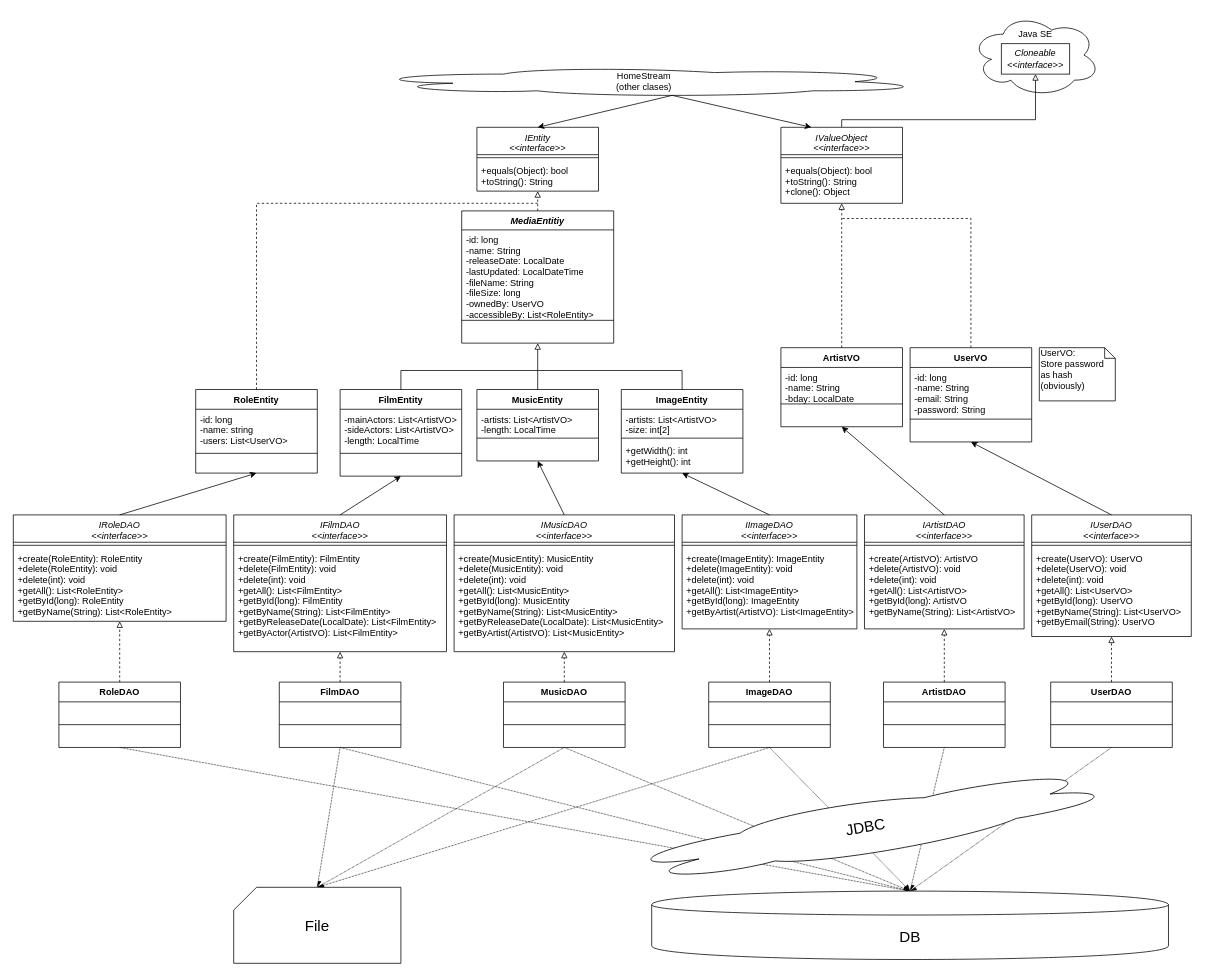
The draw.io diagram tdoc/db/uml_layered_db.drawio in crashkid3000/HomeStream, before the edit. Source tidied: cells renumbered, new cells numbered last; positions are measured from the earlier drawing's top-left corner, leaving out a move shared by most shapes. Both pictures are drawn from the tidied source at 76%, with x=0, y=0 at pixel (13, 13).
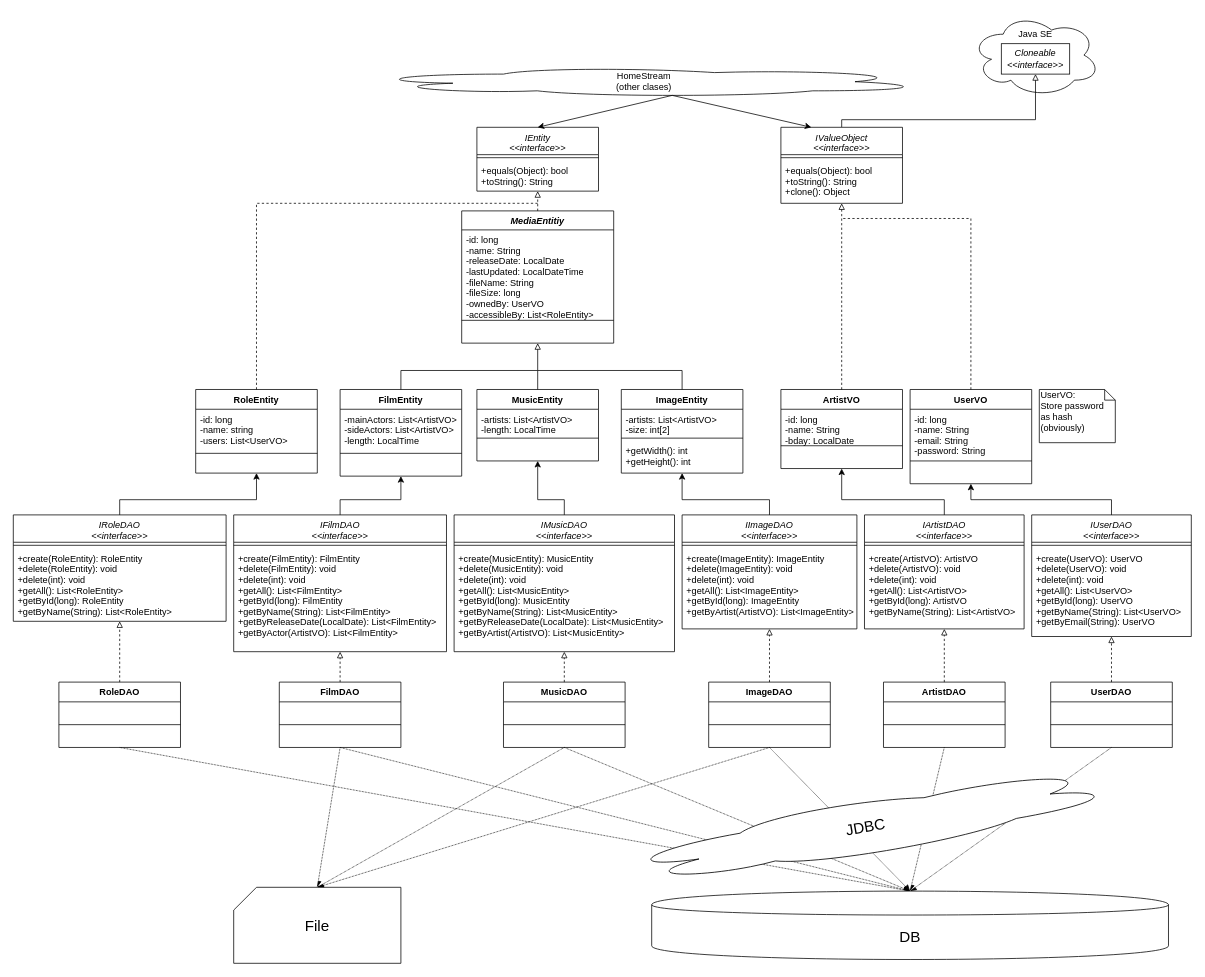
Above is the later version.

Commit message (it also covers changes not shown here):
Added chaotic EER; updatd UML

The change refers to these unchanged cells:
```xml
<mxCell id="16" value="FilmEntity" style="swimlane;fontStyle=1;align=center;verticalAlign=top;horizontal=1;startSize=26;rounded=0;shadow=0;glass=0;comic=0;gradientColor=none;" parent="1" vertex="1">
  <mxGeometry x="430" y="495" width="160" height="114" as="geometry" />
</mxCell>
<mxCell id="27" value="MusicEntity" style="swimlane;fontStyle=1;align=center;verticalAlign=top;horizontal=1;startSize=26;rounded=0;shadow=0;glass=0;comic=0;gradientColor=none;" parent="1" vertex="1">
  <mxGeometry x="610" y="495" width="160" height="94" as="geometry" />
</mxCell>
<mxCell id="31" value="ImageEntity" style="swimlane;fontStyle=1;align=center;verticalAlign=top;horizontal=1;startSize=26;rounded=0;shadow=0;glass=0;comic=0;gradientColor=none;" parent="1" vertex="1">
  <mxGeometry x="800" y="495" width="160" height="110" as="geometry" />
</mxCell>
<mxCell id="38" value="IFilmDAO&#10;&lt;&lt;interface&gt;&gt;&#10;" style="swimlane;fontStyle=2;align=center;verticalAlign=top;horizontal=1;startSize=36;rounded=0;shadow=0;glass=0;comic=0;gradientColor=none;" parent="1" vertex="1">
  <mxGeometry x="290" y="660" width="280" height="180" as="geometry" />
</mxCell>
<mxCell id="41" value="IImageDAO&#10;&lt;&lt;interface&gt;&gt;&#10;" style="swimlane;fontStyle=2;align=center;verticalAlign=top;horizontal=1;startSize=36;rounded=0;shadow=0;glass=0;comic=0;gradientColor=none;" parent="1" vertex="1">
  <mxGeometry x="880" y="660" width="230" height="150" as="geometry" />
</mxCell>
<mxCell id="44" value="IMusicDAO&#10;&lt;&lt;interface&gt;&gt;&#10;" style="swimlane;fontStyle=2;align=center;verticalAlign=top;horizontal=1;startSize=36;rounded=0;shadow=0;glass=0;comic=0;gradientColor=none;" parent="1" vertex="1">
  <mxGeometry x="580" y="660" width="290" height="180" as="geometry" />
</mxCell>
<mxCell id="47" value="IArtistDAO&#10;&lt;&lt;interface&gt;&gt;&#10;" style="swimlane;fontStyle=2;align=center;verticalAlign=top;horizontal=1;startSize=36;rounded=0;shadow=0;glass=0;comic=0;gradientColor=none;" parent="1" vertex="1">
  <mxGeometry x="1120" y="660" width="210" height="150" as="geometry" />
</mxCell>
<mxCell id="55" value="IUserDAO&#10;&lt;&lt;interface&gt;&gt;&#10;" style="swimlane;fontStyle=2;align=center;verticalAlign=top;horizontal=1;startSize=36;rounded=0;shadow=0;glass=0;comic=0;gradientColor=none;" parent="1" vertex="1">
  <mxGeometry x="1340" y="660" width="210" height="160" as="geometry" />
</mxCell>
<mxCell id="58" value="RoleEntity" style="swimlane;fontStyle=1;align=center;verticalAlign=top;horizontal=1;startSize=26;rounded=0;shadow=0;glass=0;comic=0;gradientColor=none;" parent="1" vertex="1">
  <mxGeometry x="240" y="495" width="160" height="110" as="geometry" />
</mxCell>
<mxCell id="64" value="IRoleDAO&#10;&lt;&lt;interface&gt;&gt;&#10;" style="swimlane;fontStyle=2;align=center;verticalAlign=top;horizontal=1;startSize=36;rounded=0;shadow=0;glass=0;comic=0;gradientColor=none;" parent="1" vertex="1">
  <mxGeometry y="660" width="280" height="140" as="geometry" />
</mxCell>
```

Diff of the diagram source:
```diff
@@
     <mxCell id="20" value="ArtistVO" style="swimlane;fontStyle=1;align=center;verticalAlign=top;horizontal=1;startSize=26;rounded=0;shadow=0;glass=0;comic=0;gradientColor=none;" parent="1" vertex="1">
-      <mxGeometry x="1010" y="440" width="160" height="104" as="geometry" />
+      <mxGeometry x="1010" y="495" width="160" height="104" as="geometry" />
     </mxCell>
@@
     <mxCell id="50" value="UserVO" style="swimlane;fontStyle=1;align=center;verticalAlign=top;horizontal=1;startSize=26;rounded=0;shadow=0;glass=0;comic=0;gradientColor=none;" parent="1" vertex="1">
-      <mxGeometry x="1180" y="440" width="160" height="124" as="geometry" />
+      <mxGeometry x="1180" y="495" width="160" height="124" as="geometry" />
     </mxCell>
@@
     <mxCell id="54" value="&lt;div&gt;UserVO:&lt;/div&gt;&lt;div&gt;Store password as hash (obviously)&lt;br&gt;&lt;/div&gt;" style="shape=note;whiteSpace=wrap;html=1;size=14;verticalAlign=top;align=left;spacingTop=-6;" parent="1" vertex="1">
-      <mxGeometry x="1350" y="440" width="100" height="70" as="geometry" />
+      <mxGeometry x="1350" y="495" width="100" height="70" as="geometry" />
     </mxCell>
@@
-    <mxCell id="67" style="endArrow=classic;html=1;entryX=0.5;entryY=1;entryDx=0;entryDy=0;exitX=0.5;exitY=0;exitDx=0;exitDy=0;" parent="1" edge="1" source="64" target="58">
-      <mxGeometry relative="1" as="geometry" />
+    <mxCell id="67" style="endArrow=classic;html=1;entryX=0.5;entryY=1;entryDx=0;entryDy=0;exitX=0.5;exitY=0;exitDx=0;exitDy=0;rounded=0;" parent="1" edge="1" source="64" target="58">
+      <mxGeometry relative="1" as="geometry">
+        <Array as="points">
+          <mxPoint x="140" y="640" />
+          <mxPoint x="320" y="640" />
+        </Array>
+      </mxGeometry>
     </mxCell>
-    <mxCell id="68" style="endArrow=classic;html=1;entryX=0.5;entryY=1;entryDx=0;entryDy=0;exitX=0.5;exitY=0;exitDx=0;exitDy=0;" parent="1" edge="1" source="38" target="16">
-      <mxGeometry relative="1" as="geometry" />
+    <mxCell id="68" style="endArrow=classic;html=1;entryX=0.5;entryY=1;entryDx=0;entryDy=0;exitX=0.5;exitY=0;exitDx=0;exitDy=0;rounded=0;" parent="1" edge="1" source="38" target="16">
+      <mxGeometry relative="1" as="geometry">
+        <Array as="points">
+          <mxPoint x="430" y="640" />
+          <mxPoint x="510" y="640" />
+        </Array>
+      </mxGeometry>
     </mxCell>
-    <mxCell id="69" style="endArrow=classic;html=1;entryX=0.5;entryY=1;entryDx=0;entryDy=0;exitX=0.5;exitY=0;exitDx=0;exitDy=0;" parent="1" edge="1" source="44" target="27">
-      <mxGeometry relative="1" as="geometry" />
+    <mxCell id="69" style="endArrow=classic;html=1;entryX=0.5;entryY=1;entryDx=0;entryDy=0;exitX=0.5;exitY=0;exitDx=0;exitDy=0;rounded=0;" parent="1" edge="1" source="44" target="27">
+      <mxGeometry relative="1" as="geometry">
+        <Array as="points">
+          <mxPoint x="725" y="640" />
+          <mxPoint x="690" y="640" />
+        </Array>
+      </mxGeometry>
     </mxCell>
-    <mxCell id="70" style="endArrow=classic;html=1;entryX=0.5;entryY=1;entryDx=0;entryDy=0;exitX=0.5;exitY=0;exitDx=0;exitDy=0;" parent="1" edge="1" source="41" target="31">
-      <mxGeometry relative="1" as="geometry" />
+    <mxCell id="70" style="endArrow=classic;html=1;entryX=0.5;entryY=1;entryDx=0;entryDy=0;exitX=0.5;exitY=0;exitDx=0;exitDy=0;rounded=0;" parent="1" edge="1" source="41" target="31">
+      <mxGeometry relative="1" as="geometry">
+        <Array as="points">
+          <mxPoint x="995" y="640" />
+          <mxPoint x="880" y="640" />
+        </Array>
+      </mxGeometry>
     </mxCell>
-    <mxCell id="71" style="endArrow=classic;html=1;entryX=0.5;entryY=1;entryDx=0;entryDy=0;exitX=0.5;exitY=0;exitDx=0;exitDy=0;" parent="1" edge="1" source="47" target="20">
-      <mxGeometry relative="1" as="geometry" />
+    <mxCell id="71" style="endArrow=classic;html=1;entryX=0.5;entryY=1;entryDx=0;entryDy=0;exitX=0.5;exitY=0;exitDx=0;exitDy=0;rounded=0;" parent="1" edge="1" source="47" target="20">
+      <mxGeometry relative="1" as="geometry">
+        <Array as="points">
+          <mxPoint x="1225" y="640" />
+          <mxPoint x="1090" y="640" />
+        </Array>
+      </mxGeometry>
     </mxCell>
-    <mxCell id="72" style="endArrow=classic;html=1;entryX=0.5;entryY=1;entryDx=0;entryDy=0;exitX=0.5;exitY=0;exitDx=0;exitDy=0;" parent="1" edge="1" source="55" target="50">
-      <mxGeometry relative="1" as="geometry" />
+    <mxCell id="72" style="endArrow=classic;html=1;entryX=0.5;entryY=1;entryDx=0;entryDy=0;exitX=0.5;exitY=0;exitDx=0;exitDy=0;rounded=0;" parent="1" edge="1" source="55" target="50">
+      <mxGeometry relative="1" as="geometry">
+        <Array as="points">
+          <mxPoint x="1445" y="640" />
+          <mxPoint x="1260" y="640" />
+        </Array>
+      </mxGeometry>
     </mxCell>
```
